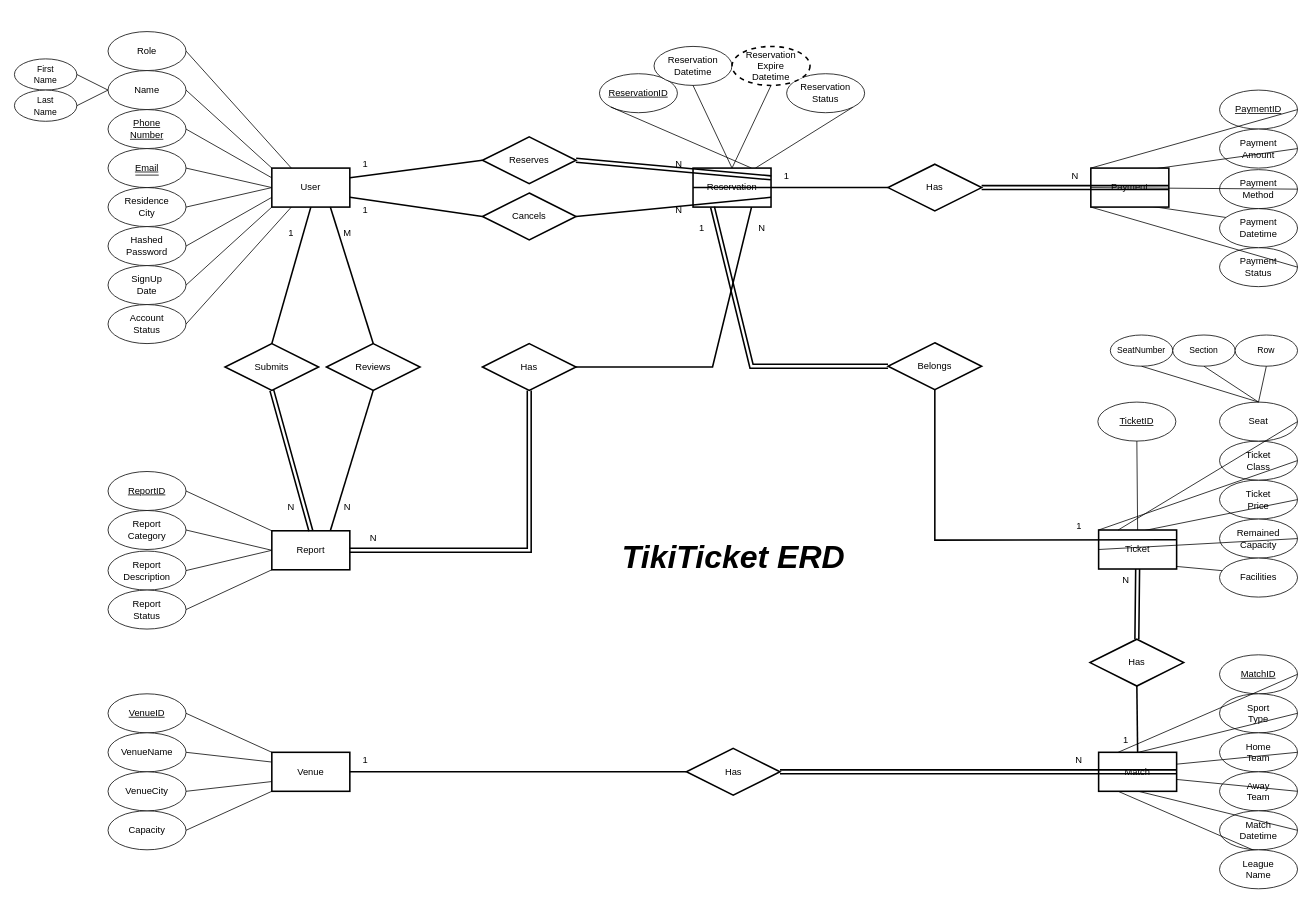
arminfkh/tiki-ticket keeps this draw.io diagram as docs/tiki-ticket-erd.drawio. Above is the earlier version. Source tidied: cells renumbered, new cells numbered last; positions are measured from the earlier drawing's top-left corner, leaving out a move shared by most shapes. Both pictures are drawn from the tidied source at 78%, with x=0, y=0 at pixel (14, 31).
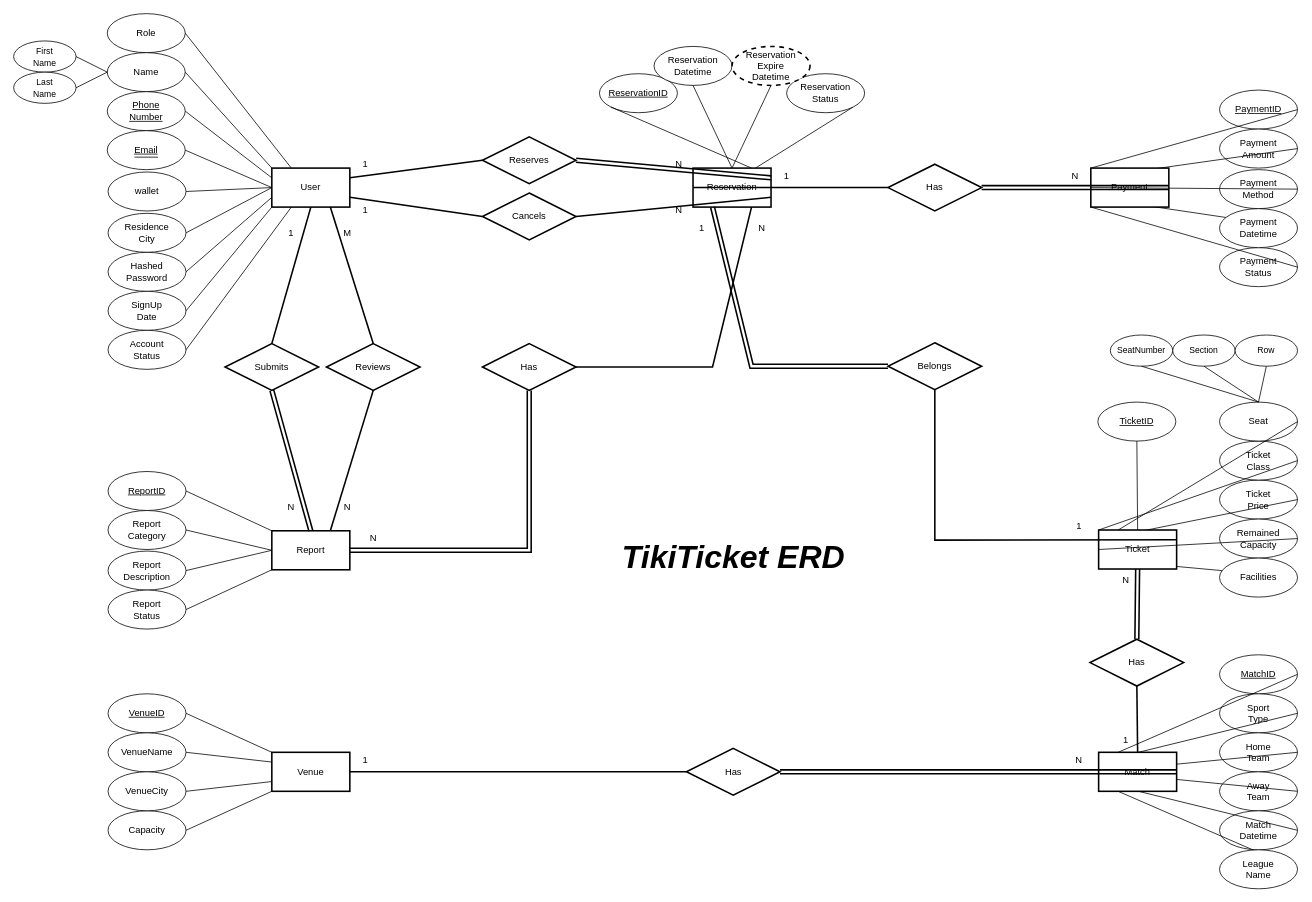
After the change.

Commit message (it also covers changes not shown here):
fix(erd): add wallet attribute to user entity

The change refers to these unchanged cells:
```xml
<mxCell id="40" value="User" style="whiteSpace=wrap;html=1;align=center;strokeWidth=2;" parent="1" vertex="1">
  <mxGeometry x="330" y="175" width="100" height="50" as="geometry" />
</mxCell>
<mxCell id="52" value="Reservation&lt;div&gt;Status&lt;/div&gt;" style="ellipse;whiteSpace=wrap;html=1;align=center;flipH=1;legacyAnchorPoints=0;" parent="1" vertex="1">
  <mxGeometry x="990" y="54" width="100" height="50" as="geometry" />
</mxCell>
```

Diff of the diagram source:
```diff
@@
     <mxCell id="2" value="Role" style="ellipse;whiteSpace=wrap;html=1;align=center;" parent="1" vertex="1">
-      <mxGeometry x="120" width="100" height="50" as="geometry" />
+      <mxGeometry x="119" y="-23" width="100" height="50" as="geometry" />
     </mxCell>
     <mxCell id="3" value="Name" style="ellipse;whiteSpace=wrap;html=1;align=center;" parent="1" vertex="1">
-      <mxGeometry x="120" y="50" width="100" height="50" as="geometry" />
+      <mxGeometry x="119" y="27" width="100" height="50" as="geometry" />
     </mxCell>
     <mxCell id="4" value="&lt;font style=&quot;font-size: 11px;&quot;&gt;First&lt;/font&gt;&lt;div&gt;&lt;font style=&quot;font-size: 11px;&quot;&gt;Name&lt;/font&gt;&lt;/div&gt;" style="ellipse;whiteSpace=wrap;html=1;align=center;" parent="1" vertex="1">
-      <mxGeometry y="35" width="80" height="40" as="geometry" />
+      <mxGeometry x="-1" y="12" width="80" height="40" as="geometry" />
     </mxCell>
     <mxCell id="5" value="&lt;font style=&quot;font-size: 11px;&quot;&gt;Last&lt;/font&gt;&lt;div&gt;&lt;font style=&quot;font-size: 11px;&quot;&gt;Name&lt;/font&gt;&lt;/div&gt;" style="ellipse;whiteSpace=wrap;html=1;align=center;" parent="1" vertex="1">
-      <mxGeometry y="75" width="80" height="40" as="geometry" />
+      <mxGeometry x="-1" y="52" width="80" height="40" as="geometry" />
     </mxCell>
@@
     <mxCell id="8" value="&lt;u&gt;Phone&lt;/u&gt;&lt;div&gt;&lt;u&gt;Number&lt;/u&gt;&lt;/div&gt;" style="ellipse;whiteSpace=wrap;html=1;align=center;" parent="1" vertex="1">
-      <mxGeometry x="120" y="100" width="100" height="50" as="geometry" />
+      <mxGeometry x="119" y="77" width="100" height="50" as="geometry" />
     </mxCell>
     <mxCell id="9" value="Residence&lt;div&gt;City&lt;/div&gt;" style="ellipse;whiteSpace=wrap;html=1;align=center;" parent="1" vertex="1">
-      <mxGeometry x="120" y="200" width="100" height="50" as="geometry" />
+      <mxGeometry x="120" y="233" width="100" height="50" as="geometry" />
     </mxCell>
     <mxCell id="10" value="Hashed&lt;div&gt;Password&lt;/div&gt;" style="ellipse;whiteSpace=wrap;html=1;align=center;" parent="1" vertex="1">
-      <mxGeometry x="120" y="250" width="100" height="50" as="geometry" />
+      <mxGeometry x="120" y="283" width="100" height="50" as="geometry" />
     </mxCell>
-    <mxCell id="11" style="group;" parent="1" vertex="1">
-      <mxGeometry x="120" y="150" width="100" height="50" as="geometry" />
-    </mxCell>
+    <mxCell id="141" style="group;" parent="1" vertex="1">
+      <mxGeometry x="119" y="127" width="100" height="50" as="geometry" />
+    </mxCell>
-    <mxCell id="12" value="Email" style="ellipse;whiteSpace=wrap;html=1;align=center;fontStyle=4;" parent="11" vertex="1">
+    <mxCell id="12" value="Email" style="ellipse;whiteSpace=wrap;html=1;align=center;fontStyle=4;" parent="141" vertex="1">
       <mxGeometry width="100" height="50" as="geometry" />
     </mxCell>
-    <mxCell id="13" style="line;strokeWidth=1;dashed=0;labelPosition=right;align=left;verticalAlign=middle;spacingTop=0;spacingLeft=6;" parent="11" vertex="1">
+    <mxCell id="13" style="line;strokeWidth=1;dashed=0;labelPosition=right;align=left;verticalAlign=middle;spacingTop=0;spacingLeft=6;" parent="141" vertex="1">
       <mxGeometry x="35" y="29" width="30" height="10" as="geometry" />
     </mxCell>
     <mxCell id="14" value="SignUp&lt;div&gt;Date&lt;/div&gt;" style="ellipse;whiteSpace=wrap;html=1;align=center;" parent="1" vertex="1">
-      <mxGeometry x="120" y="300" width="100" height="50" as="geometry" />
+      <mxGeometry x="120" y="333" width="100" height="50" as="geometry" />
     </mxCell>
     <mxCell id="15" value="Account&lt;div&gt;Status&lt;/div&gt;" style="ellipse;whiteSpace=wrap;html=1;align=center;" parent="1" vertex="1">
-      <mxGeometry x="120" y="350" width="100" height="50" as="geometry" />
+      <mxGeometry x="120" y="383" width="100" height="50" as="geometry" />
     </mxCell>
@@
-    <mxCell id="50" style="endArrow=none;html=1;rounded=0;entryX=1;entryY=1;entryDx=0;entryDy=0;exitX=0.25;exitY=0;exitDx=0;exitDy=0;" parent="1" edge="1" target="52">
-      <mxGeometry relative="1" as="geometry">
-        <mxPoint x="950" y="175" as="sourcePoint" />
-      </mxGeometry>
-    </mxCell>
+    <mxCell id="142" style="endArrow=none;html=1;rounded=0;entryX=1;entryY=1;entryDx=0;entryDy=0;exitX=0.25;exitY=0;exitDx=0;exitDy=0;" parent="1" edge="1" target="52">
+      <mxGeometry relative="1" as="geometry">
+        <mxPoint x="950" y="175" as="sourcePoint" />
+      </mxGeometry>
+    </mxCell>
@@
+    <mxCell id="143" value="wallet" style="ellipse;whiteSpace=wrap;html=1;align=center;" parent="1" vertex="1">
+      <mxGeometry x="120" y="180" width="100" height="50" as="geometry" />
+    </mxCell>
+    <mxCell id="144" style="endArrow=none;html=1;rounded=0;exitX=1;exitY=0.5;exitDx=0;exitDy=0;entryX=0;entryY=0.5;entryDx=0;entryDy=0;" parent="1" edge="1" source="143" target="40">
+      <mxGeometry relative="1" as="geometry" />
+    </mxCell>
```
